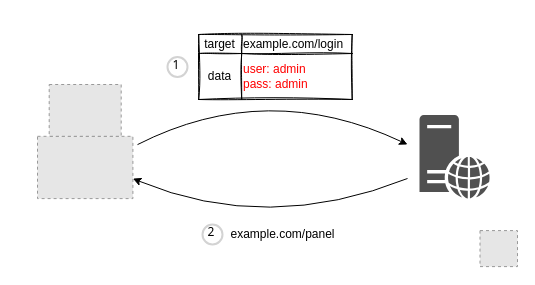
This is default-credential.drawio from qeeqbox/default-credential, a draw.io file, before an edit. Source tidied: cells renumbered, new cells numbered last; positions are measured from the earlier drawing's top-left corner, leaving out a move shared by most shapes. Both pictures are drawn from the tidied source at 100%, with x=0, y=0 at pixel (17, 16). Pictures stored in the file or linked from it are replaced by grey dashed boxes.
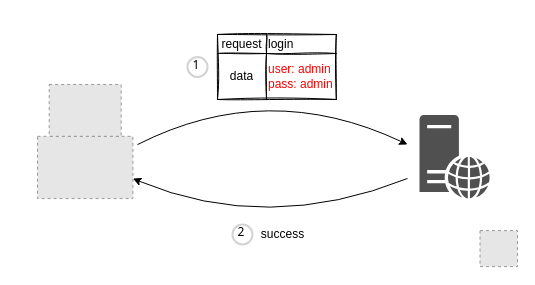
After the change.

The edit, as a diff of the source:
```diff
@@
-    <mxCell id="9" value="example.com/panel" style="text;html=1;align=center;verticalAlign=middle;strokeColor=none;fillColor=none;" parent="1" vertex="1">
-      <mxGeometry x="205" y="208" width="120" height="20" as="geometry" />
+    <mxCell id="9" value="success" style="text;html=1;align=center;verticalAlign=middle;strokeColor=none;fillColor=none;" parent="1" vertex="1">
+      <mxGeometry x="235" y="208" width="60" height="20" as="geometry" />
     </mxCell>
     <mxCell id="10" value="1" style="ellipse;whiteSpace=wrap;html=1;strokeWidth=2;fontFamily=Tahoma;spacingBottom=4;spacingRight=2;strokeColor=#d3d3d3;" parent="1" vertex="1">
-      <mxGeometry x="150" y="40.5" width="20" height="20" as="geometry" />
+      <mxGeometry x="170" y="40.5" width="20" height="20" as="geometry" />
     </mxCell>
     <mxCell id="11" value="2" style="ellipse;whiteSpace=wrap;html=1;strokeWidth=2;fontFamily=Tahoma;spacingBottom=4;spacingRight=2;strokeColor=#d3d3d3;" parent="1" vertex="1">
-      <mxGeometry x="185" y="208" width="20" height="20" as="geometry" />
+      <mxGeometry x="215" y="208" width="20" height="20" as="geometry" />
     </mxCell>
@@
     <mxCell id="13" style="shape=table;html=1;whiteSpace=wrap;startSize=0;childLayout=tableLayout;align=left;rounded=0;shadow=0;sketch=1;arcSize=0;" parent="1" vertex="1">
-      <mxGeometry x="181.2" y="18" width="153.5" height="65" as="geometry" />
+      <mxGeometry x="200" y="18" width="118.8" height="65" as="geometry" />
     </mxCell>
     <mxCell id="14" style="shape=tableRow;horizontal=0;startSize=0;swimlaneHead=0;swimlaneBody=0;top=0;left=0;bottom=0;right=0;fillColor=none;" parent="13" vertex="1">
-      <mxGeometry width="153.5" height="19" as="geometry" />
+      <mxGeometry width="118.8" height="19" as="geometry" />
     </mxCell>
-    <mxCell id="15" value="target" style="shape=partialRectangle;html=1;whiteSpace=wrap;fillColor=none;top=0;left=0;bottom=0;right=0;overflow=hidden;" parent="14" vertex="1">
-      <mxGeometry width="43" height="19" as="geometry" />
+    <mxCell id="15" value="request" style="shape=partialRectangle;html=1;whiteSpace=wrap;fillColor=none;top=0;left=0;bottom=0;right=0;overflow=hidden;" parent="14" vertex="1">
+      <mxGeometry width="49" height="19" as="geometry" />
     </mxCell>
-    <mxCell id="16" value="&lt;span style=&quot;text-align: center&quot;&gt;example.com/login&lt;/span&gt;" style="shape=partialRectangle;html=1;whiteSpace=wrap;fillColor=none;top=0;left=0;bottom=0;right=0;overflow=hidden;align=left;" parent="14" vertex="1">
-      <mxGeometry x="43" width="111" height="19" as="geometry" />
+    <mxCell id="16" value="&lt;span style=&quot;text-align: center&quot;&gt;login&lt;/span&gt;" style="shape=partialRectangle;html=1;whiteSpace=wrap;fillColor=none;top=0;left=0;bottom=0;right=0;overflow=hidden;align=left;" parent="14" vertex="1">
+      <mxGeometry x="49" width="70" height="19" as="geometry" />
     </mxCell>
     <mxCell id="17" style="shape=tableRow;horizontal=0;startSize=0;swimlaneHead=0;swimlaneBody=0;top=0;left=0;bottom=0;right=0;fillColor=none;" parent="13" vertex="1">
-      <mxGeometry y="19" width="153.5" height="46" as="geometry" />
+      <mxGeometry y="19" width="118.8" height="46" as="geometry" />
     </mxCell>
     <mxCell id="18" value="data" style="shape=partialRectangle;html=1;whiteSpace=wrap;fillColor=none;top=0;left=0;bottom=0;right=0;overflow=hidden;" parent="17" vertex="1">
-      <mxGeometry width="43" height="46" as="geometry" />
+      <mxGeometry width="49" height="46" as="geometry" />
     </mxCell>
     <mxCell id="19" value="&lt;font color=&quot;#ff0000&quot;&gt;&lt;span&gt;user: admin&lt;/span&gt;&lt;br&gt;&lt;span&gt;pass: admin&lt;/span&gt;&lt;/font&gt;" style="shape=partialRectangle;html=1;whiteSpace=wrap;fillColor=none;top=0;left=0;bottom=0;right=0;overflow=hidden;align=left;" parent="17" vertex="1">
-      <mxGeometry x="43" width="111" height="46" as="geometry" />
+      <mxGeometry x="49" width="70" height="46" as="geometry" />
     </mxCell>
```
